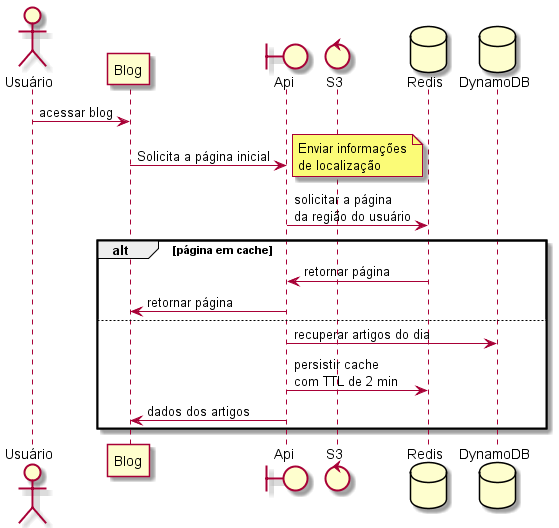
The PlantUML diagram diagramas/out/pagina_inicial/Pagina inicial.png in wagnerpvilla/fiap-olimpiada, before a commit. Source of this version:
```plantuml
@startuml Pagina inicial
actor Usuário as user
participant Blog as blog
boundary Api as api
control S3 as s3
database Redis as cache
database DynamoDB as dynamo

user -> blog: acessar blog
blog -> api: Solicita a página inicial
note right
    Enviar informações
    de localização
end note

api -> cache: solicitar a página\nda região do usuário
alt página em cache
    cache -> api: retornar página
    api -> blog: retornar página
else
    api -> dynamo: recuperar artigos do dia
    api -> cache: persistir cache\ncom TTL de 2 min
    api -> blog: dados dos artigos
end

@enduml
```
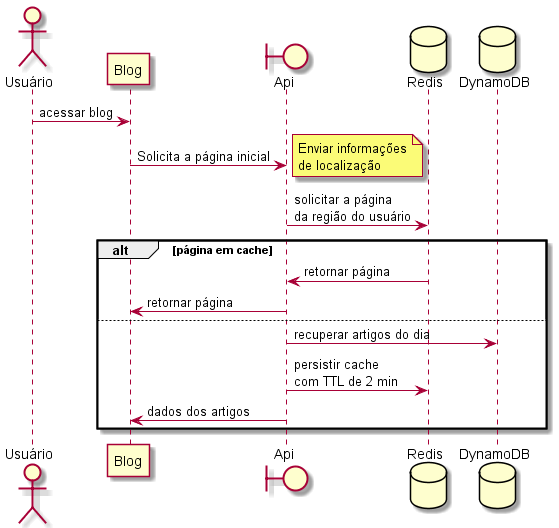
Above is the later version.

The edit, as a diff of the source:
```diff
@@ -2,7 +2,7 @@
 actor Usuário as user
 participant Blog as blog
 boundary Api as api
-control S3 as s3
+
 database Redis as cache
 database DynamoDB as dynamo
 
```
